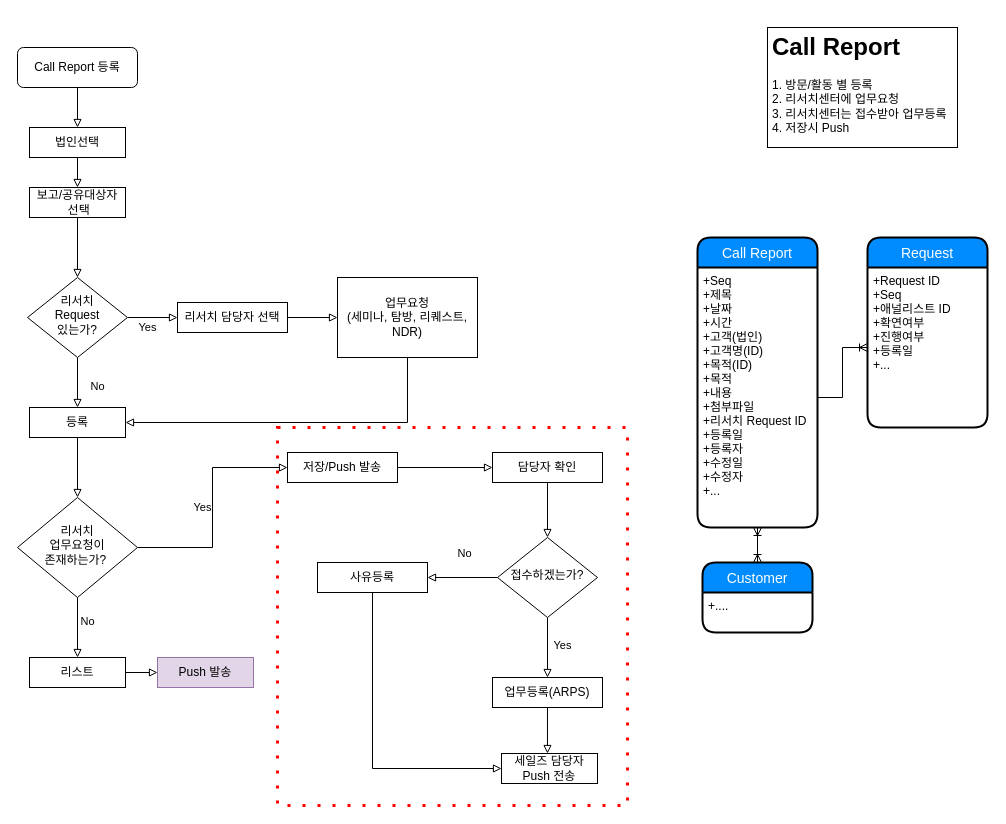
The draw.io diagram page "Call Report" (4 of 6) of ws_crm.drawio in rex-j2w2/crm, before the edit. Source tidied: cells renumbered, new cells numbered last; positions are measured from the earlier drawing's top-left corner, leaving out a move shared by most shapes. Both pictures are drawn from the tidied source at 100%, with x=0, y=0 at pixel (17, 27).
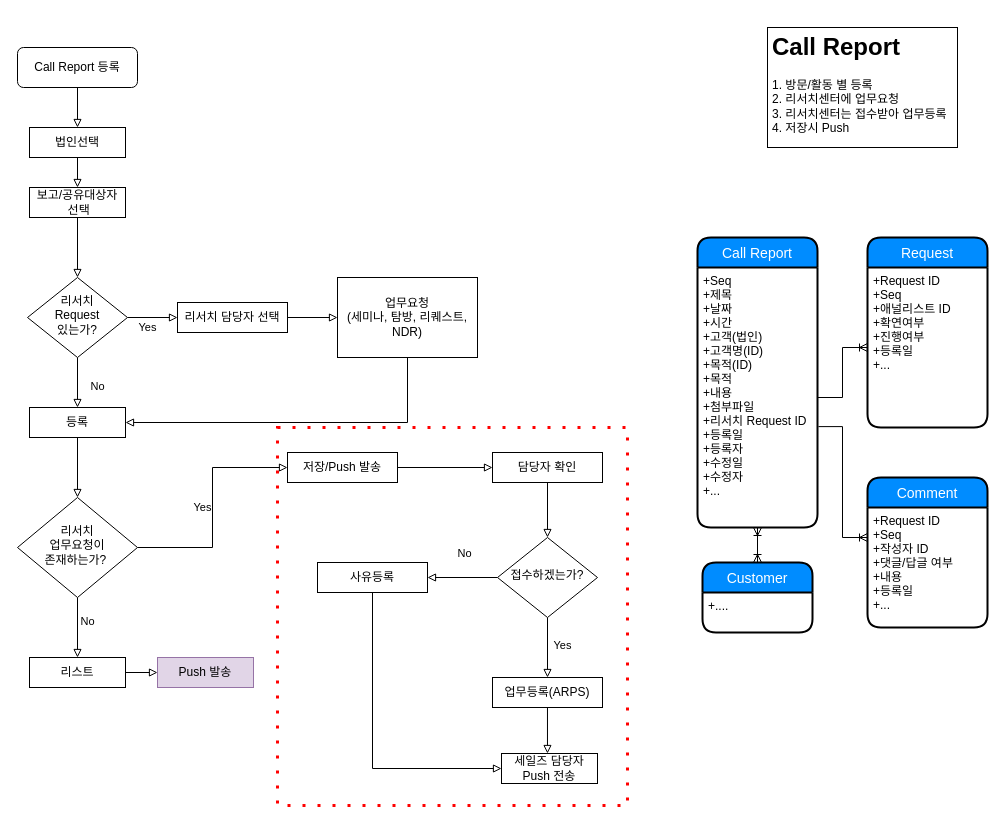
Above is the later version.

Unchanged cells that the change refers to:
```xml
<mxCell id="38" value="+Seq&#10;+제목&#10;+날짜&#10;+시간&#10;+고객(법인)&#10;+고객명(ID)&#10;+목적(ID)&#10;+목적&#10;+내용&#10;+첨부파일&#10;+리서치 Request ID&#10;+등록일&#10;+등록자&#10;+수정일&#10;+수정자&#10;+...&#10;&#10;" style="align=left;strokeColor=none;fillColor=none;spacingLeft=4;fontSize=12;verticalAlign=top;fontFamily=KB금융 본문체;" parent="37" vertex="1">
  <mxGeometry y="30" width="120" height="260" as="geometry" />
</mxCell>
```

What changed in the source:
```diff
@@
+    <mxCell id="45" value="Comment" style="swimlane;horizontal=1;startSize=30;fillColor=#008cff;fontColor=#FFFFFF;rounded=1;fontSize=14;fontStyle=0;strokeWidth=2;shadow=0;dashed=0;align=center;fontFamily=KB금융 본문체;" parent="1" vertex="1">
+      <mxGeometry x="850" y="450" width="120" height="150" as="geometry" />
+    </mxCell>
+    <mxCell id="46" value="+Request ID&#10;+Seq&#10;+작성자 ID&#10;+댓글/답글 여부&#10;+내용&#10;+등록일&#10;+..." style="align=left;strokeColor=none;fillColor=none;spacingLeft=4;fontSize=12;verticalAlign=top;fontFamily=KB금융 본문체;" parent="45" vertex="1">
+      <mxGeometry y="30" width="120" height="120" as="geometry" />
+    </mxCell>
+    <mxCell id="47" style="edgeStyle=orthogonalEdgeStyle;rounded=0;orthogonalLoop=1;jettySize=auto;html=1;exitX=0.5;exitY=1;exitDx=0;exitDy=0;startArrow=none;startFill=0;endArrow=block;endFill=0;fontFamily=KB금융 본문체;" parent="45" edge="1" source="46" target="46">
+      <mxGeometry relative="1" as="geometry" />
+    </mxCell>
+    <mxCell id="48" style="edgeStyle=orthogonalEdgeStyle;rounded=0;jettySize=auto;html=1;startArrow=none;startFill=0;endArrow=ERoneToMany;endFill=0;fontFamily=KB금융 본문체;exitX=1.008;exitY=0.612;exitDx=0;exitDy=0;exitPerimeter=0;entryX=0;entryY=0.25;entryDx=0;entryDy=0;" parent="1" edge="1" source="38" target="46">
+      <mxGeometry relative="1" as="geometry" />
+    </mxCell>
```
